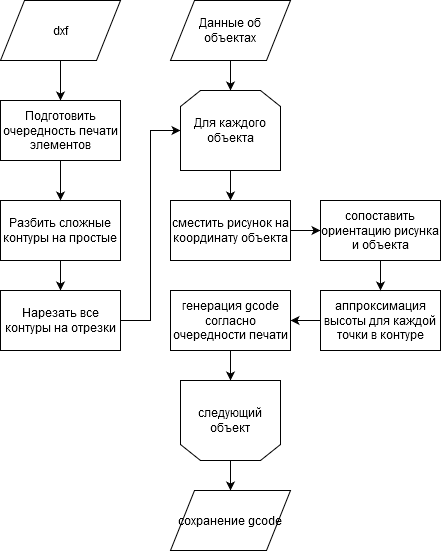
Above: files/img/vkr/gcoder.png in bedlamzd/vkr (draw.io), before the change. Source tidied: cells renumbered, new cells last; positions are measured from the earlier drawing's top-left corner, leaving out a move shared by most shapes.
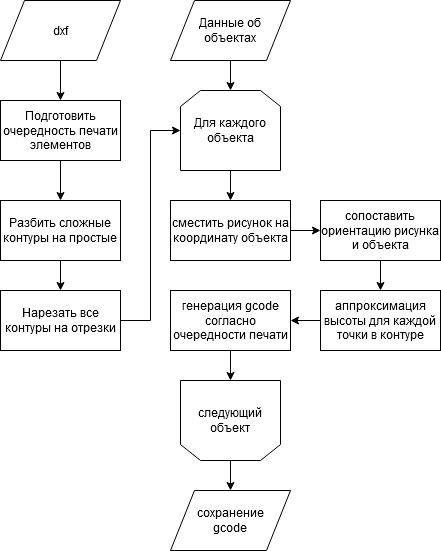
The same diagram one commit later.

Change to the diagram source:
```diff
@@ -68,7 +68,7 @@
     <mxCell id="23" value="следующий объект" style="shape=loopLimit;whiteSpace=wrap;html=1;direction=west;" parent="1" vertex="1">
       <mxGeometry x="180" y="380" width="100" height="80" as="geometry" />
     </mxCell>
-    <mxCell id="24" value="сохранение gcode" style="shape=parallelogram;perimeter=parallelogramPerimeter;whiteSpace=wrap;html=1;" parent="1" vertex="1">
+    <mxCell id="24" value="&lt;div&gt;сохранение&lt;/div&gt;&lt;div&gt;gcode&lt;/div&gt;" style="shape=parallelogram;perimeter=parallelogramPerimeter;whiteSpace=wrap;html=1;" parent="1" vertex="1">
       <mxGeometry x="170" y="490" width="120" height="60" as="geometry" />
     </mxCell>
   </root>
```
